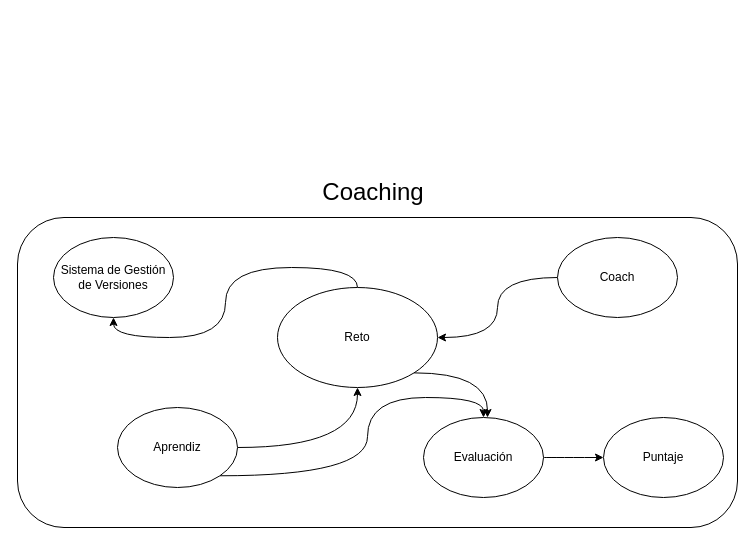
EdMass/Diagramas keeps this draw.io diagram as Untitled Diagram.drawio. Above is the earlier version. Source tidied: cells renumbered, new cells numbered last; positions are measured from the earlier drawing's top-left corner, leaving out a move shared by most shapes. Both pictures are drawn from the tidied source at 100%, with x=0, y=0 at pixel (17, 177).
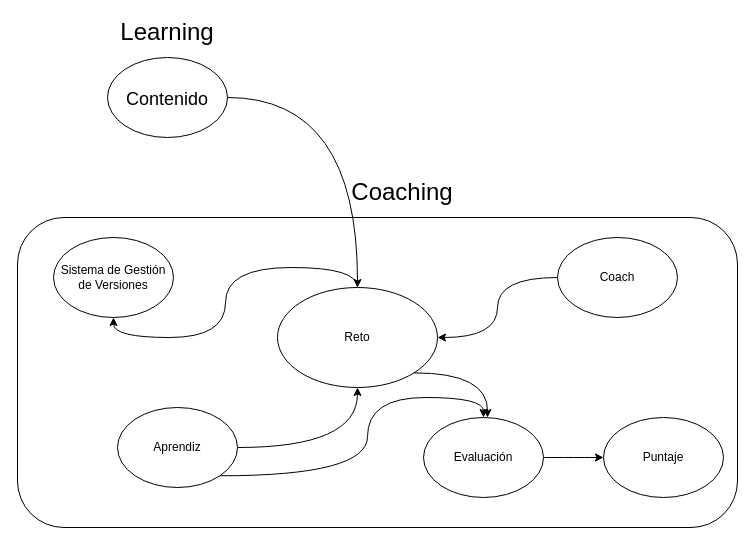
Above is the later version.

Unchanged cells that the change refers to:
```xml
<mxCell id="2" style="group;" parent="1" vertex="1">
  <mxGeometry width="720" height="350" as="geometry" />
</mxCell>
<mxCell id="5" value="Reto" style="ellipse;whiteSpace=wrap;html=1;" parent="2" vertex="1">
  <mxGeometry x="260" y="110" width="160" height="100" as="geometry" />
</mxCell>
```

Change to the diagram source:
```diff
@@
     <mxCell id="6" value="&lt;font style=&quot;font-size: 24px&quot;&gt;Coaching&lt;/font&gt;" style="text;html=1;strokeColor=none;fillColor=none;align=center;verticalAlign=middle;whiteSpace=wrap;rounded=0;" parent="2" vertex="1">
-      <mxGeometry x="301" width="110" height="30" as="geometry" />
+      <mxGeometry x="330" width="110" height="30" as="geometry" />
     </mxCell>
@@
+    <mxCell id="17" style="edgeStyle=orthogonalEdgeStyle;curved=1;rounded=0;orthogonalLoop=1;jettySize=auto;html=1;exitX=0.5;exitY=1;exitDx=0;exitDy=0;fontSize=18;" parent="2" edge="1" source="6" target="6">
+      <mxGeometry relative="1" as="geometry" />
+    </mxCell>
@@
+    <mxCell id="18" style="edgeStyle=orthogonalEdgeStyle;curved=1;rounded=0;jettySize=auto;html=1;entryX=0.5;entryY=0;entryDx=0;entryDy=0;fontSize=18;" parent="1" edge="1" source="19" target="5">
+      <mxGeometry relative="1" as="geometry" />
+    </mxCell>
+    <mxCell id="19" value="&lt;font style=&quot;font-size: 18px&quot;&gt;Contenido&lt;/font&gt;" style="ellipse;whiteSpace=wrap;html=1;fontSize=24;" parent="1" vertex="1">
+      <mxGeometry x="90" y="-120" width="120" height="80" as="geometry" />
+    </mxCell>
+    <mxCell id="20" value="&lt;font style=&quot;font-size: 24px&quot;&gt;Learning&lt;/font&gt;" style="text;html=1;strokeColor=none;fillColor=none;align=center;verticalAlign=middle;whiteSpace=wrap;rounded=0;" parent="1" vertex="1">
+      <mxGeometry x="95" y="-160" width="110" height="30" as="geometry" />
+    </mxCell>
```
